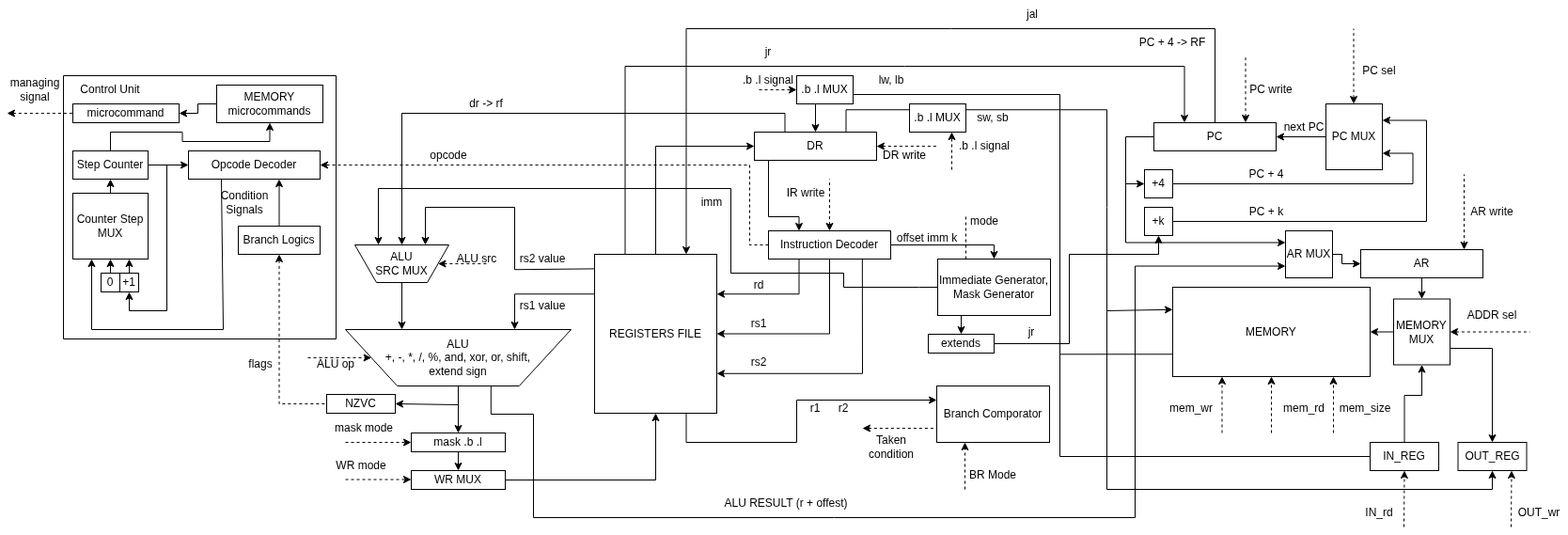
This is solutions/schema.png from eag2007/computer-architecture-assembler, a draw.io export, as it was before one commit. Source tidied: cells renumbered, new cells last; positions are measured from the earlier drawing's top-left corner, leaving out a move shared by most shapes.
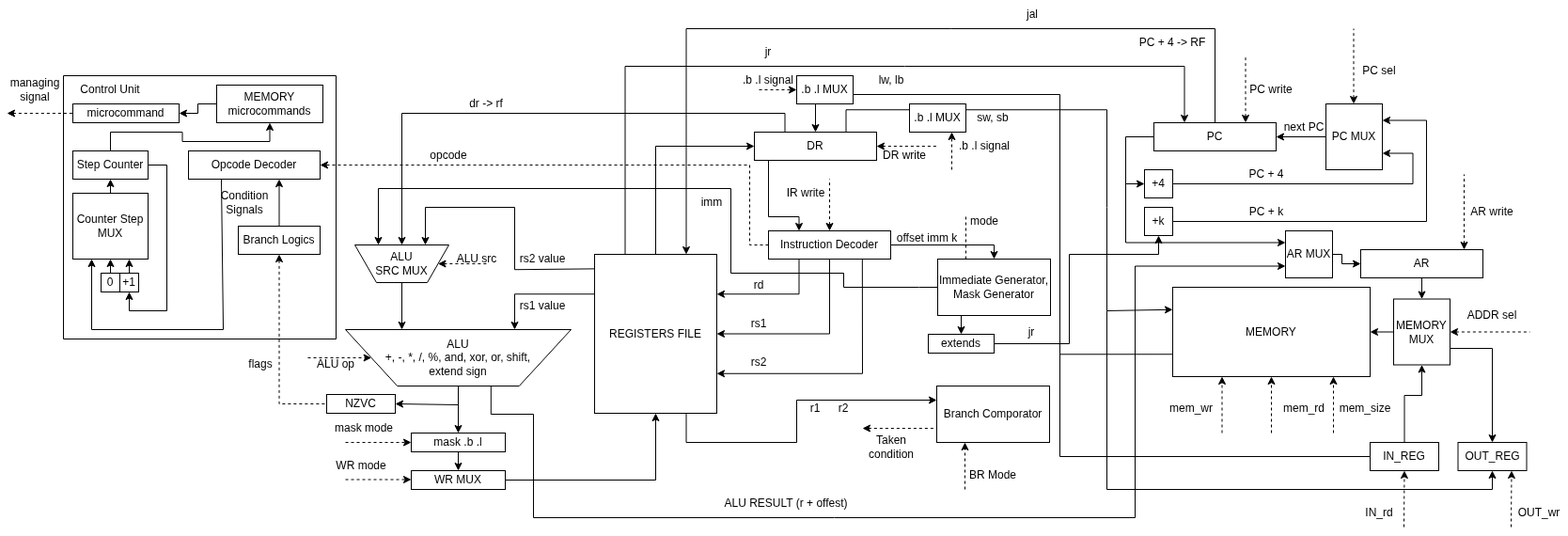
After the change.

Commit message:
replace schema

Diff of the diagram source:
```diff
@@ -246,9 +246,6 @@
     <mxCell id="58" value="Step Counter" style="rounded=0;whiteSpace=wrap;html=1;" parent="51" vertex="1">
       <mxGeometry x="10" y="80" width="80" height="30" as="geometry" />
     </mxCell>
-    <mxCell id="59" style="endArrow=classic;html=1;rounded=0;exitX=1;exitY=0.5;exitDx=0;exitDy=0;entryX=0;entryY=0.5;entryDx=0;entryDy=0;" parent="51" edge="1" source="58" target="53">
-      <mxGeometry relative="1" as="geometry" />
-    </mxCell>
     <mxCell id="60" style="edgeStyle=orthogonalEdgeStyle;rounded=0;jettySize=auto;html=1;exitX=0.5;exitY=0;exitDx=0;exitDy=0;entryX=0.5;entryY=1;entryDx=0;entryDy=0;" parent="51" edge="1" source="61" target="58">
       <mxGeometry relative="1" as="geometry" />
     </mxCell>
```
